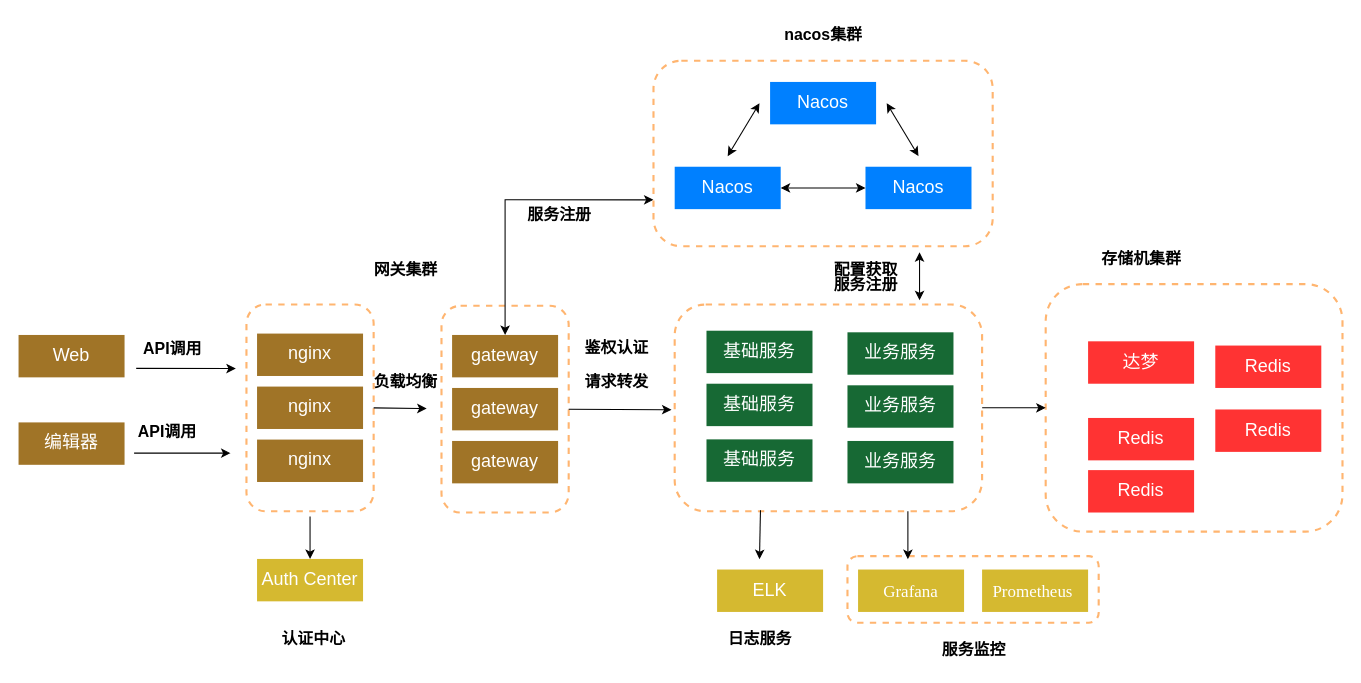
Above: csdb/csdb 部署架构图.drawio in DemonHan/KuickBuy (draw.io), before the change. Source tidied: cells renumbered, new cells numbered last; positions are measured from the earlier drawing's top-left corner, leaving out a move shared by most shapes. Both pictures are drawn from the tidied source at 106%, with x=0, y=0 at pixel (18, 18).
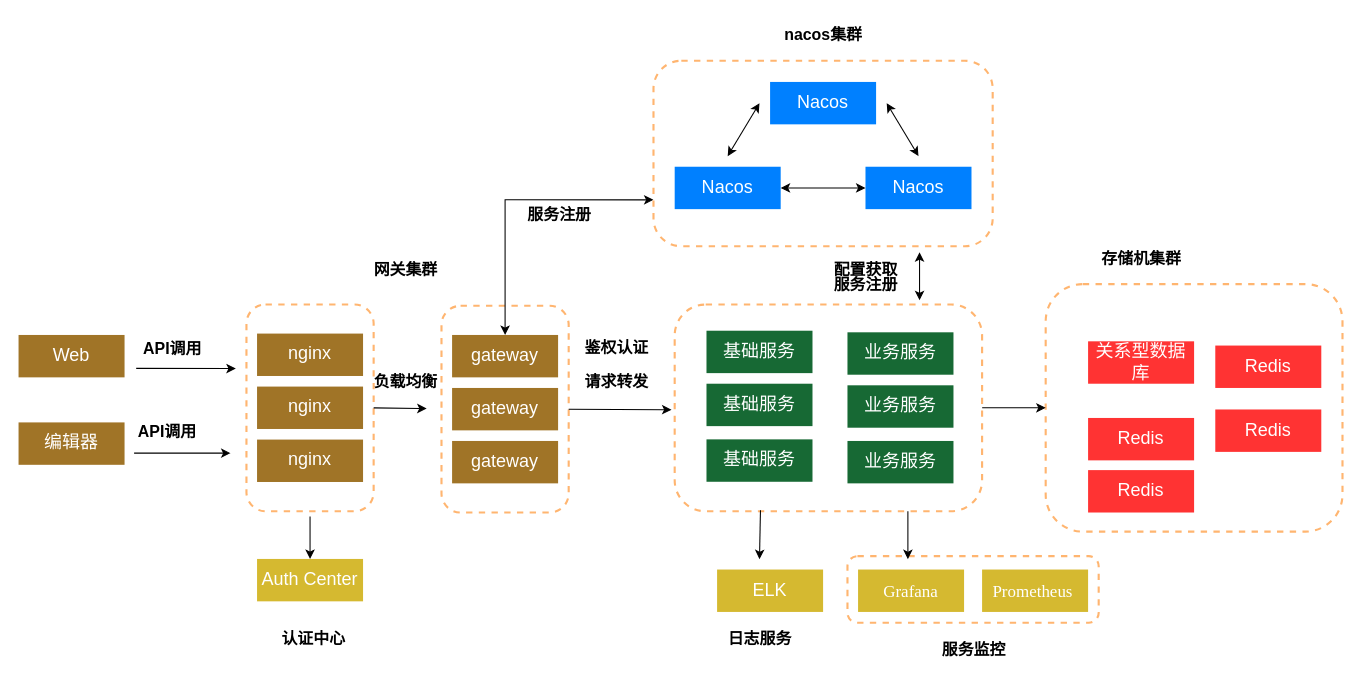
Above is the later version.

Commit message:
更新csdb 部署架构图.drawio

The edit, as a diff of the source:
```diff
@@
-    <mxCell id="33" value="&lt;font color=&quot;#ffffff&quot;&gt;达梦&lt;/font&gt;" style="rounded=0;whiteSpace=wrap;html=1;fillColor=#FF3333;fontSize=17;strokeColor=none;" parent="1" vertex="1">
+    <mxCell id="33" value="&lt;font color=&quot;#ffffff&quot;&gt;关系型数据库&lt;/font&gt;" style="rounded=0;whiteSpace=wrap;html=1;fillColor=#FF3333;fontSize=17;strokeColor=none;" parent="1" vertex="1">
       <mxGeometry x="1009" y="304.5" width="100" height="40" as="geometry" />
     </mxCell>
```
